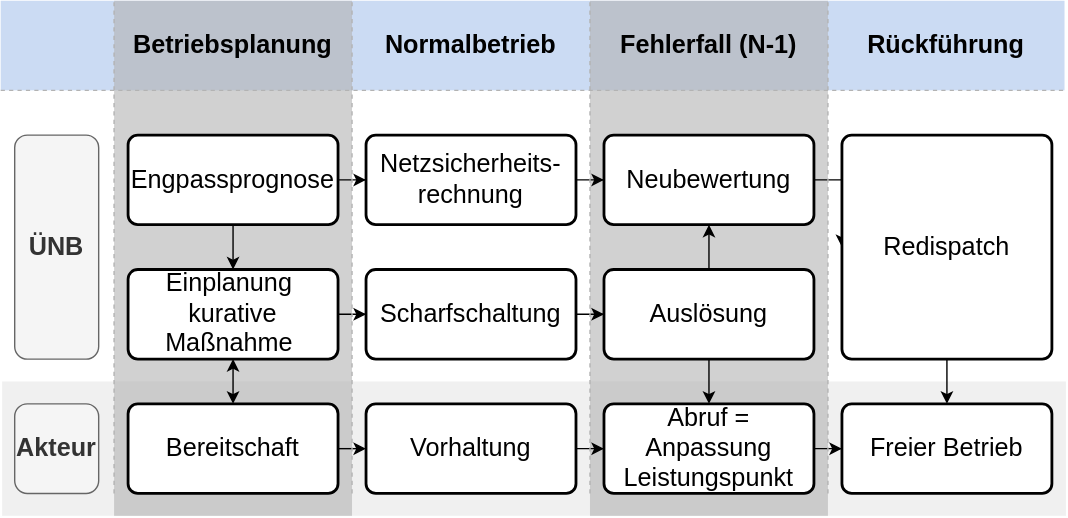
The draw.io diagram figures/chapter_2/curative_process.svg in nikolaus0812/Masterarbeit-Ausgestaltung-eines-Marktmechanismus-fuer-kurative-Systemfuehrung-zur-Engpassbehebung, before a commit. Source tidied: cells renumbered, new cells last; positions are measured from the earlier drawing's top-left corner, leaving out a move shared by most shapes.
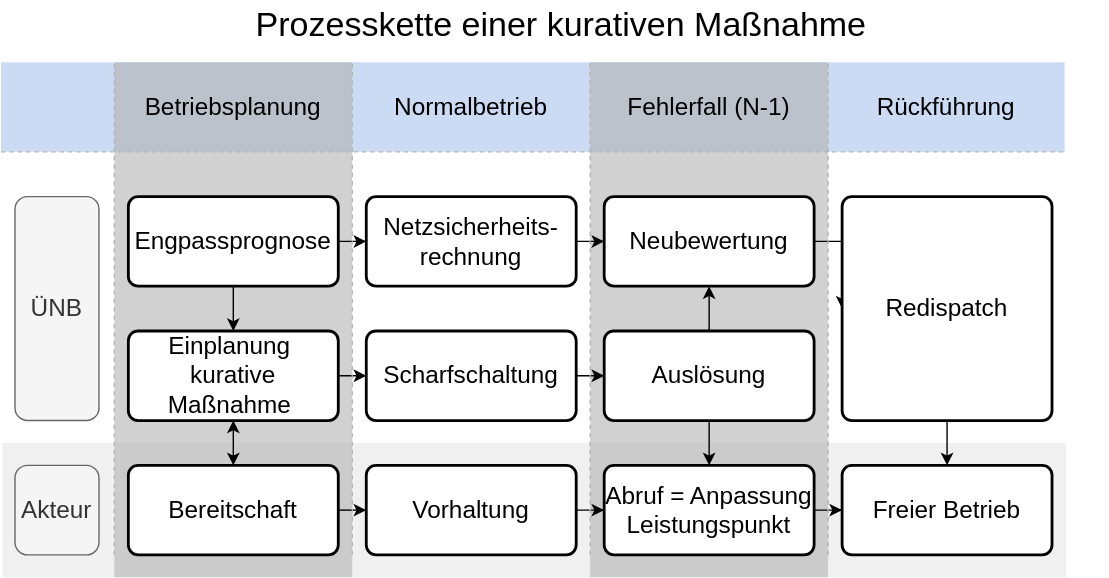
The same file after the commit.

The edit, as a diff of the source:
```diff
@@ -2,139 +2,142 @@
   <root>
     <mxCell id="0" />
     <mxCell id="1" parent="0" />
-    <mxCell id="2" style="rounded=0;whiteSpace=wrap;html=1;opacity=60;gradientColor=none;fillColor=light-dark(#E6E6E6,#EDEDED);strokeColor=none;fontSize=18;" parent="1" vertex="1">
+    <mxCell id="2" style="rounded=0;whiteSpace=wrap;html=1;opacity=60;gradientColor=none;fillColor=light-dark(#E6E6E6,#EDEDED);strokeColor=none;fontSize=17.4;fontFamily=Helvetica;" parent="1" vertex="1">
       <mxGeometry x="1" y="272" width="760" height="96" as="geometry" />
     </mxCell>
-    <mxCell id="3" style="rounded=0;whiteSpace=wrap;html=1;opacity=60;gradientColor=none;fillColor=light-dark(#A9C4EB,#EDEDED);strokeColor=none;fontSize=18;" parent="1" vertex="1">
+    <mxCell id="3" style="rounded=0;whiteSpace=wrap;html=1;opacity=60;gradientColor=none;fillColor=light-dark(#A9C4EB,#EDEDED);strokeColor=none;fontSize=17.4;fontFamily=Helvetica;" parent="1" vertex="1">
       <mxGeometry width="760" height="64" as="geometry" />
     </mxCell>
-    <mxCell id="4" style="rounded=0;whiteSpace=wrap;html=1;opacity=60;gradientColor=none;fillColor=light-dark(#B3B3B3,#EDEDED);strokeColor=none;fontSize=18;" parent="1" vertex="1">
+    <mxCell id="4" style="rounded=0;whiteSpace=wrap;html=1;opacity=60;gradientColor=none;fillColor=light-dark(#B3B3B3,#EDEDED);strokeColor=none;fontSize=17.4;fontFamily=Helvetica;" parent="1" vertex="1">
       <mxGeometry x="421" width="170" height="368" as="geometry" />
     </mxCell>
-    <mxCell id="5" style="rounded=0;whiteSpace=wrap;html=1;opacity=60;gradientColor=none;fillColor=light-dark(#B3B3B3,#EDEDED);strokeColor=none;fontSize=18;" parent="1" vertex="1">
+    <mxCell id="5" style="rounded=0;whiteSpace=wrap;html=1;opacity=60;gradientColor=none;fillColor=light-dark(#B3B3B3,#EDEDED);strokeColor=none;fontSize=17.4;fontFamily=Helvetica;" parent="1" vertex="1">
       <mxGeometry x="81" width="170" height="368" as="geometry" />
     </mxCell>
-    <mxCell id="6" style="edgeStyle=orthogonalEdgeStyle;rounded=0;jettySize=auto;html=1;exitX=0.5;exitY=1;exitDx=0;exitDy=0;entryX=0.5;entryY=0;entryDx=0;entryDy=0;" parent="1" edge="1" source="8" target="13">
+    <mxCell id="6" style="edgeStyle=orthogonalEdgeStyle;rounded=0;jettySize=auto;html=1;exitX=0.5;exitY=1;exitDx=0;exitDy=0;entryX=0.5;entryY=0;entryDx=0;entryDy=0;fontFamily=Helvetica;" parent="1" edge="1" source="8" target="13">
       <mxGeometry relative="1" as="geometry" />
     </mxCell>
-    <mxCell id="7" style="edgeStyle=orthogonalEdgeStyle;rounded=0;jettySize=auto;html=1;" parent="1" edge="1" source="8" target="20">
+    <mxCell id="7" style="edgeStyle=orthogonalEdgeStyle;rounded=0;jettySize=auto;html=1;fontFamily=Helvetica;" parent="1" edge="1" source="8" target="20">
       <mxGeometry relative="1" as="geometry" />
     </mxCell>
-    <mxCell id="8" value="Engpassprognose" style="rounded=1;whiteSpace=wrap;html=1;absoluteArcSize=1;arcSize=14;strokeWidth=2;fontSize=18;" parent="1" vertex="1">
+    <mxCell id="8" value="Engpassprognose" style="rounded=1;whiteSpace=wrap;html=1;absoluteArcSize=1;arcSize=14;strokeWidth=2;fontSize=17.4;fontFamily=Helvetica;" parent="1" vertex="1">
       <mxGeometry x="91" y="96" width="150" height="64" as="geometry" />
     </mxCell>
-    <mxCell id="9" value="ÜNB" style="text;html=1;whiteSpace=wrap;strokeColor=#666666;fillColor=#f5f5f5;align=center;verticalAlign=middle;rounded=1;fontSize=18;fontStyle=1;fontColor=#333333;" parent="1" vertex="1">
+    <mxCell id="9" value="ÜNB" style="text;html=1;whiteSpace=wrap;strokeColor=#666666;fillColor=#f5f5f5;align=center;verticalAlign=middle;rounded=1;fontSize=17.4;fontStyle=0;fontColor=#333333;fontFamily=Helvetica;" parent="1" vertex="1">
       <mxGeometry x="10" y="96" width="60" height="160" as="geometry" />
     </mxCell>
-    <mxCell id="10" value="Akteur" style="text;html=1;whiteSpace=wrap;strokeColor=#666666;fillColor=#f5f5f5;align=center;verticalAlign=middle;rounded=1;fontSize=18;fontStyle=1;fontColor=#333333;" parent="1" vertex="1">
+    <mxCell id="10" value="Akteur" style="text;html=1;whiteSpace=wrap;strokeColor=#666666;fillColor=#f5f5f5;align=center;verticalAlign=middle;rounded=1;fontSize=17.4;fontStyle=0;fontColor=#333333;fontFamily=Helvetica;" parent="1" vertex="1">
       <mxGeometry x="10" y="288" width="60" height="64" as="geometry" />
     </mxCell>
-    <mxCell id="11" style="edgeStyle=orthogonalEdgeStyle;rounded=0;jettySize=auto;html=1;entryX=0.5;entryY=0;entryDx=0;entryDy=0;startArrow=classic;startFill=1;" parent="1" edge="1" target="15">
+    <mxCell id="11" style="edgeStyle=orthogonalEdgeStyle;rounded=0;jettySize=auto;html=1;entryX=0.5;entryY=0;entryDx=0;entryDy=0;startArrow=classic;startFill=1;fontFamily=Helvetica;" parent="1" edge="1" target="15">
       <mxGeometry relative="1" as="geometry">
         <mxPoint x="166" y="256" as="sourcePoint" />
       </mxGeometry>
     </mxCell>
-    <mxCell id="12" style="edgeStyle=orthogonalEdgeStyle;rounded=0;jettySize=auto;html=1;exitX=1;exitY=0.5;exitDx=0;exitDy=0;" parent="1" edge="1" source="13" target="22">
+    <mxCell id="12" style="edgeStyle=orthogonalEdgeStyle;rounded=0;jettySize=auto;html=1;exitX=1;exitY=0.5;exitDx=0;exitDy=0;fontFamily=Helvetica;" parent="1" edge="1" source="13" target="22">
       <mxGeometry relative="1" as="geometry" />
     </mxCell>
-    <mxCell id="13" value="Einplanung&amp;nbsp;&lt;div&gt;kurative Maßnahme&amp;nbsp;&lt;/div&gt;" style="rounded=1;whiteSpace=wrap;html=1;absoluteArcSize=1;arcSize=14;strokeWidth=2;fontSize=18;" parent="1" vertex="1">
+    <mxCell id="13" value="Einplanung&amp;nbsp;&lt;div&gt;kurative Maßnahme&amp;nbsp;&lt;/div&gt;" style="rounded=1;whiteSpace=wrap;html=1;absoluteArcSize=1;arcSize=14;strokeWidth=2;fontSize=17.4;fontFamily=Helvetica;" parent="1" vertex="1">
       <mxGeometry x="91" y="192" width="150" height="64" as="geometry" />
     </mxCell>
-    <mxCell id="14" style="edgeStyle=orthogonalEdgeStyle;rounded=0;jettySize=auto;html=1;exitX=1;exitY=0.5;exitDx=0;exitDy=0;entryX=0;entryY=0.5;entryDx=0;entryDy=0;" parent="1" edge="1" source="15" target="24">
+    <mxCell id="14" style="edgeStyle=orthogonalEdgeStyle;rounded=0;jettySize=auto;html=1;exitX=1;exitY=0.5;exitDx=0;exitDy=0;entryX=0;entryY=0.5;entryDx=0;entryDy=0;fontFamily=Helvetica;" parent="1" edge="1" source="15" target="24">
       <mxGeometry relative="1" as="geometry" />
     </mxCell>
-    <mxCell id="15" value="Bereitschaft" style="rounded=1;whiteSpace=wrap;html=1;absoluteArcSize=1;arcSize=14;strokeWidth=2;fontSize=18;" parent="1" vertex="1">
+    <mxCell id="15" value="Bereitschaft" style="rounded=1;whiteSpace=wrap;html=1;absoluteArcSize=1;arcSize=14;strokeWidth=2;fontSize=17.4;fontFamily=Helvetica;" parent="1" vertex="1">
       <mxGeometry x="91" y="288" width="150" height="64" as="geometry" />
     </mxCell>
-    <mxCell id="16" style="endArrow=none;html=1;rounded=1;dashed=1;curved=0;strokeColor=#B3B3B3;fontSize=18;" parent="1" edge="1">
+    <mxCell id="16" style="endArrow=none;html=1;rounded=1;dashed=1;curved=0;strokeColor=#B3B3B3;fontSize=17.4;fontFamily=Helvetica;" parent="1" edge="1">
       <mxGeometry relative="1" as="geometry">
         <mxPoint x="81" y="352" as="sourcePoint" />
         <mxPoint x="81" as="targetPoint" />
       </mxGeometry>
     </mxCell>
-    <mxCell id="17" style="endArrow=none;html=1;rounded=1;dashed=1;curved=0;strokeColor=#B3B3B3;fontSize=18;" parent="1" edge="1">
+    <mxCell id="17" style="endArrow=none;html=1;rounded=1;dashed=1;curved=0;strokeColor=#B3B3B3;fontSize=17.4;fontFamily=Helvetica;" parent="1" edge="1">
       <mxGeometry relative="1" as="geometry">
         <mxPoint x="251" y="352" as="sourcePoint" />
         <mxPoint x="251" as="targetPoint" />
       </mxGeometry>
     </mxCell>
-    <mxCell id="18" style="endArrow=none;html=1;rounded=1;dashed=1;curved=0;strokeColor=#B3B3B3;fontSize=18;" parent="1" edge="1">
+    <mxCell id="18" style="endArrow=none;html=1;rounded=1;dashed=1;curved=0;strokeColor=#B3B3B3;fontSize=17.4;fontFamily=Helvetica;" parent="1" edge="1">
       <mxGeometry relative="1" as="geometry">
         <mxPoint y="64" as="sourcePoint" />
         <mxPoint x="760" y="64" as="targetPoint" />
       </mxGeometry>
     </mxCell>
-    <mxCell id="19" style="edgeStyle=orthogonalEdgeStyle;rounded=0;jettySize=auto;html=1;" parent="1" edge="1" source="20" target="27">
+    <mxCell id="19" style="edgeStyle=orthogonalEdgeStyle;rounded=0;jettySize=auto;html=1;fontFamily=Helvetica;" parent="1" edge="1" source="20" target="27">
       <mxGeometry relative="1" as="geometry" />
     </mxCell>
-    <mxCell id="20" value="Netzsicherheits-&#10;rechnung" style="rounded=1;whiteSpace=wrap;html=1;absoluteArcSize=1;arcSize=14;strokeWidth=2;fontSize=18;" parent="1" vertex="1">
+    <mxCell id="20" value="Netzsicherheits-&#10;rechnung" style="rounded=1;whiteSpace=wrap;html=1;absoluteArcSize=1;arcSize=14;strokeWidth=2;fontSize=17.4;fontFamily=Helvetica;" parent="1" vertex="1">
       <mxGeometry x="261" y="96" width="150" height="64" as="geometry" />
     </mxCell>
-    <mxCell id="21" style="edgeStyle=orthogonalEdgeStyle;rounded=0;jettySize=auto;html=1;" parent="1" edge="1" source="22" target="30">
+    <mxCell id="21" style="edgeStyle=orthogonalEdgeStyle;rounded=0;jettySize=auto;html=1;fontFamily=Helvetica;" parent="1" edge="1" source="22" target="30">
       <mxGeometry relative="1" as="geometry" />
     </mxCell>
-    <mxCell id="22" value="Scharfschaltung" style="rounded=1;whiteSpace=wrap;html=1;absoluteArcSize=1;arcSize=14;strokeWidth=2;fontSize=18;" parent="1" vertex="1">
+    <mxCell id="22" value="Scharfschaltung" style="rounded=1;whiteSpace=wrap;html=1;absoluteArcSize=1;arcSize=14;strokeWidth=2;fontSize=17.4;fontFamily=Helvetica;" parent="1" vertex="1">
       <mxGeometry x="261" y="192" width="150" height="64" as="geometry" />
     </mxCell>
-    <mxCell id="23" style="edgeStyle=orthogonalEdgeStyle;rounded=0;jettySize=auto;html=1;exitX=1;exitY=0.5;exitDx=0;exitDy=0;" parent="1" edge="1" source="24" target="32">
+    <mxCell id="23" style="edgeStyle=orthogonalEdgeStyle;rounded=0;jettySize=auto;html=1;exitX=1;exitY=0.5;exitDx=0;exitDy=0;fontFamily=Helvetica;" parent="1" edge="1" source="24" target="32">
       <mxGeometry relative="1" as="geometry" />
     </mxCell>
-    <mxCell id="24" value="Vorhaltung" style="rounded=1;whiteSpace=wrap;html=1;absoluteArcSize=1;arcSize=14;strokeWidth=2;fontSize=18;" parent="1" vertex="1">
+    <mxCell id="24" value="Vorhaltung" style="rounded=1;whiteSpace=wrap;html=1;absoluteArcSize=1;arcSize=14;strokeWidth=2;fontSize=17.4;fontFamily=Helvetica;" parent="1" vertex="1">
       <mxGeometry x="261" y="288" width="150" height="64" as="geometry" />
     </mxCell>
-    <mxCell id="25" style="endArrow=none;html=1;rounded=1;dashed=1;curved=0;strokeColor=#B3B3B3;fontSize=18;" parent="1" edge="1">
+    <mxCell id="25" style="endArrow=none;html=1;rounded=1;dashed=1;curved=0;strokeColor=#B3B3B3;fontSize=17.4;fontFamily=Helvetica;" parent="1" edge="1">
       <mxGeometry relative="1" as="geometry">
         <mxPoint x="421" y="352" as="sourcePoint" />
         <mxPoint x="421" as="targetPoint" />
       </mxGeometry>
     </mxCell>
-    <mxCell id="26" style="edgeStyle=orthogonalEdgeStyle;rounded=0;jettySize=auto;html=1;" parent="1" edge="1" source="27" target="35">
+    <mxCell id="26" style="edgeStyle=orthogonalEdgeStyle;rounded=0;jettySize=auto;html=1;fontFamily=Helvetica;" parent="1" edge="1" source="27" target="35">
       <mxGeometry relative="1" as="geometry" />
     </mxCell>
-    <mxCell id="27" value="Neubewertung" style="rounded=1;whiteSpace=wrap;html=1;absoluteArcSize=1;arcSize=14;strokeWidth=2;fontSize=18;" parent="1" vertex="1">
+    <mxCell id="27" value="Neubewertung" style="rounded=1;whiteSpace=wrap;html=1;absoluteArcSize=1;arcSize=14;strokeWidth=2;fontSize=17.4;fontFamily=Helvetica;" parent="1" vertex="1">
       <mxGeometry x="431" y="96" width="150" height="64" as="geometry" />
     </mxCell>
-    <mxCell id="28" style="edgeStyle=orthogonalEdgeStyle;rounded=0;jettySize=auto;html=1;exitX=0.5;exitY=1;exitDx=0;exitDy=0;entryX=0.5;entryY=0;entryDx=0;entryDy=0;" parent="1" edge="1" source="30" target="32">
+    <mxCell id="28" style="edgeStyle=orthogonalEdgeStyle;rounded=0;jettySize=auto;html=1;exitX=0.5;exitY=1;exitDx=0;exitDy=0;entryX=0.5;entryY=0;entryDx=0;entryDy=0;fontFamily=Helvetica;" parent="1" edge="1" source="30" target="32">
       <mxGeometry relative="1" as="geometry" />
     </mxCell>
-    <mxCell id="29" style="edgeStyle=orthogonalEdgeStyle;rounded=0;jettySize=auto;html=1;exitX=0.5;exitY=0;exitDx=0;exitDy=0;entryX=0.5;entryY=1;entryDx=0;entryDy=0;" parent="1" edge="1" source="30" target="27">
+    <mxCell id="29" style="edgeStyle=orthogonalEdgeStyle;rounded=0;jettySize=auto;html=1;exitX=0.5;exitY=0;exitDx=0;exitDy=0;entryX=0.5;entryY=1;entryDx=0;entryDy=0;fontFamily=Helvetica;" parent="1" edge="1" source="30" target="27">
       <mxGeometry relative="1" as="geometry" />
     </mxCell>
-    <mxCell id="30" value="Auslösung" style="rounded=1;whiteSpace=wrap;html=1;absoluteArcSize=1;arcSize=14;strokeWidth=2;fontSize=18;" parent="1" vertex="1">
+    <mxCell id="30" value="Auslösung" style="rounded=1;whiteSpace=wrap;html=1;absoluteArcSize=1;arcSize=14;strokeWidth=2;fontSize=17.4;fontFamily=Helvetica;" parent="1" vertex="1">
       <mxGeometry x="431" y="192" width="150" height="64" as="geometry" />
     </mxCell>
-    <mxCell id="31" style="edgeStyle=orthogonalEdgeStyle;rounded=0;jettySize=auto;html=1;" parent="1" edge="1" source="32" target="36">
+    <mxCell id="31" style="edgeStyle=orthogonalEdgeStyle;rounded=0;jettySize=auto;html=1;fontFamily=Helvetica;" parent="1" edge="1" source="32" target="36">
       <mxGeometry relative="1" as="geometry" />
     </mxCell>
-    <mxCell id="32" value="Abruf = Anpassung Leistungspunkt" style="rounded=1;whiteSpace=wrap;html=1;absoluteArcSize=1;arcSize=14;strokeWidth=2;fontSize=18;" parent="1" vertex="1">
+    <mxCell id="32" value="Abruf = Anpassung Leistungspunkt" style="rounded=1;whiteSpace=wrap;html=1;absoluteArcSize=1;arcSize=14;strokeWidth=2;fontSize=17.4;fontFamily=Helvetica;" parent="1" vertex="1">
       <mxGeometry x="431" y="288" width="150" height="64" as="geometry" />
     </mxCell>
-    <mxCell id="33" style="endArrow=none;html=1;rounded=1;dashed=1;curved=0;strokeColor=#B3B3B3;fontSize=18;" parent="1" edge="1">
+    <mxCell id="33" style="endArrow=none;html=1;rounded=1;dashed=1;curved=0;strokeColor=#B3B3B3;fontSize=17.4;fontFamily=Helvetica;" parent="1" edge="1">
       <mxGeometry relative="1" as="geometry">
         <mxPoint x="591" y="352" as="sourcePoint" />
         <mxPoint x="591" as="targetPoint" />
       </mxGeometry>
     </mxCell>
-    <mxCell id="34" style="edgeStyle=orthogonalEdgeStyle;rounded=0;jettySize=auto;html=1;" parent="1" edge="1" source="35" target="36">
+    <mxCell id="34" style="edgeStyle=orthogonalEdgeStyle;rounded=0;jettySize=auto;html=1;fontFamily=Helvetica;" parent="1" edge="1" source="35" target="36">
       <mxGeometry relative="1" as="geometry" />
     </mxCell>
-    <mxCell id="35" value="Redispatch" style="rounded=1;whiteSpace=wrap;html=1;absoluteArcSize=1;arcSize=14;strokeWidth=2;fontSize=18;" parent="1" vertex="1">
+    <mxCell id="35" value="Redispatch" style="rounded=1;whiteSpace=wrap;html=1;absoluteArcSize=1;arcSize=14;strokeWidth=2;fontSize=17.4;fontFamily=Helvetica;" parent="1" vertex="1">
       <mxGeometry x="601" y="96" width="150" height="160" as="geometry" />
     </mxCell>
-    <mxCell id="36" value="Freier Betrieb" style="rounded=1;whiteSpace=wrap;html=1;absoluteArcSize=1;arcSize=14;strokeWidth=2;fontSize=18;" parent="1" vertex="1">
+    <mxCell id="36" value="Freier Betrieb" style="rounded=1;whiteSpace=wrap;html=1;absoluteArcSize=1;arcSize=14;strokeWidth=2;fontSize=17.4;fontFamily=Helvetica;" parent="1" vertex="1">
       <mxGeometry x="601" y="288" width="150" height="64" as="geometry" />
     </mxCell>
-    <mxCell id="37" value="&lt;b&gt;Betriebsplanung&lt;/b&gt;" style="text;html=1;whiteSpace=wrap;strokeColor=none;fillColor=none;align=center;verticalAlign=middle;rounded=0;fontSize=18;" parent="1" vertex="1">
+    <mxCell id="37" value="Betriebsplanung" style="text;html=1;whiteSpace=wrap;strokeColor=none;fillColor=none;align=center;verticalAlign=middle;rounded=0;fontSize=17.4;fontFamily=Helvetica;" parent="1" vertex="1">
       <mxGeometry x="81" width="170" height="64" as="geometry" />
     </mxCell>
-    <mxCell id="38" value="&lt;b&gt;Normalbetrieb&lt;/b&gt;" style="text;html=1;whiteSpace=wrap;strokeColor=none;fillColor=none;align=center;verticalAlign=middle;rounded=0;fontSize=18;" parent="1" vertex="1">
+    <mxCell id="38" value="Normalbetrieb" style="text;html=1;whiteSpace=wrap;strokeColor=none;fillColor=none;align=center;verticalAlign=middle;rounded=0;fontSize=17.4;fontFamily=Helvetica;" parent="1" vertex="1">
       <mxGeometry x="251" width="170" height="64" as="geometry" />
     </mxCell>
-    <mxCell id="39" value="&lt;b&gt;Fehlerfall (N-1)&lt;/b&gt;" style="text;html=1;whiteSpace=wrap;strokeColor=none;fillColor=none;align=center;verticalAlign=middle;rounded=0;fontSize=18;" parent="1" vertex="1">
+    <mxCell id="39" value="Fehlerfall (N-1)" style="text;html=1;whiteSpace=wrap;strokeColor=none;fillColor=none;align=center;verticalAlign=middle;rounded=0;fontSize=17.4;fontFamily=Helvetica;" parent="1" vertex="1">
       <mxGeometry x="421" width="170" height="64" as="geometry" />
     </mxCell>
-    <mxCell id="40" value="&lt;b&gt;Rückführung&lt;/b&gt;" style="text;html=1;whiteSpace=wrap;strokeColor=none;fillColor=none;align=center;verticalAlign=middle;rounded=0;fontSize=18;" parent="1" vertex="1">
+    <mxCell id="40" value="Rückführung" style="text;html=1;whiteSpace=wrap;strokeColor=none;fillColor=none;align=center;verticalAlign=middle;rounded=0;fontSize=17.4;fontFamily=Helvetica;" parent="1" vertex="1">
       <mxGeometry x="590" width="171" height="64" as="geometry" />
     </mxCell>
+    <mxCell id="41" value="Prozesskette einer kurativen Maßnahme" style="text;html=1;align=center;verticalAlign=middle;fontFamily=Helvetica;fontSize=24.3;fontStyle=0;" parent="1" vertex="1">
+      <mxGeometry x="10" y="-44" width="780" height="34" as="geometry" />
+    </mxCell>
   </root>
 </mxGraphModel>
```
